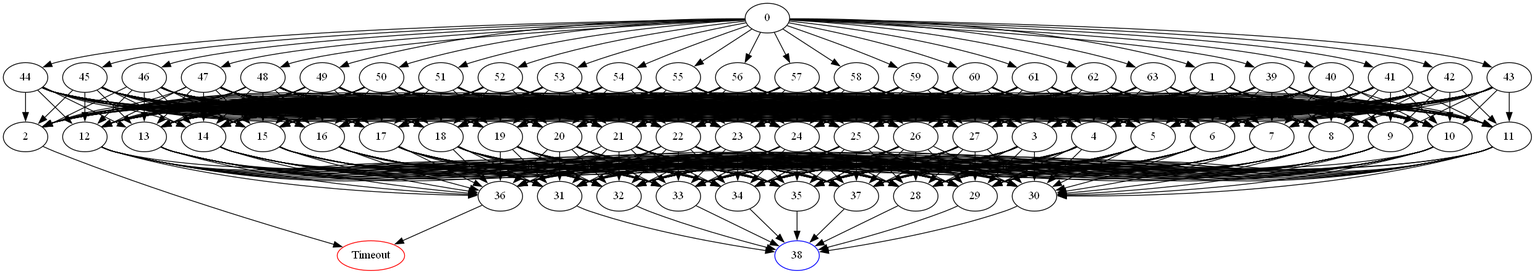
Above: DomainPicture/x0aec.05356.comdirected_graph.png in Asikl/MazeMapper (Graphviz), before the change. Its source is kept beside it as DomainPicture/x0aec.05356.comdirected_graph.dot.
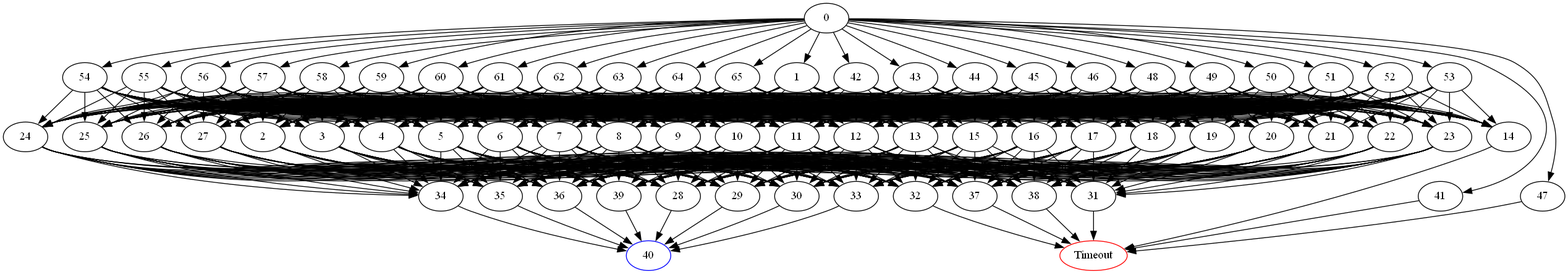
After the change.

Diff of the diagram source:
```diff
@@ -1,7 +1,5 @@
 digraph G {
 	0 -> 1;
-	0 -> 39;
-	0 -> 40;
 	0 -> 41;
 	0 -> 42;
 	0 -> 43;
@@ -25,6 +23,8 @@
 	0 -> 61;
 	0 -> 62;
 	0 -> 63;
+	0 -> 64;
+	0 -> 65;
 	1 -> 2;
 	1 -> 3;
 	1 -> 4;
@@ -51,8 +51,18 @@
 	1 -> 25;
 	1 -> 26;
 	1 -> 27;
-	2 -> "Timeout";
-Timeout [color=red];
+	2 -> 28;
+	2 -> 29;
+	2 -> 30;
+	2 -> 31;
+	2 -> 32;
+	2 -> 33;
+	2 -> 34;
+	2 -> 35;
+	2 -> 36;
+	2 -> 37;
+	2 -> 38;
+	2 -> 39;
 	3 -> 28;
 	3 -> 29;
 	3 -> 30;
@@ -63,6 +73,8 @@
 	3 -> 35;
 	3 -> 36;
 	3 -> 37;
+	3 -> 38;
+	3 -> 39;
 	4 -> 28;
 	4 -> 29;
 	4 -> 30;
@@ -73,6 +85,8 @@
 	4 -> 35;
 	4 -> 36;
 	4 -> 37;
+	4 -> 38;
+	4 -> 39;
 	5 -> 28;
 	5 -> 29;
 	5 -> 30;
@@ -83,6 +97,8 @@
 	5 -> 35;
 	5 -> 36;
 	5 -> 37;
+	5 -> 38;
+	5 -> 39;
 	6 -> 28;
 	6 -> 29;
 	6 -> 30;
@@ -93,6 +109,8 @@
 	6 -> 35;
 	6 -> 36;
 	6 -> 37;
+	6 -> 38;
+	6 -> 39;
 	7 -> 28;
 	7 -> 29;
 	7 -> 30;
@@ -103,6 +121,8 @@
 	7 -> 35;
 	7 -> 36;
 	7 -> 37;
+	7 -> 38;
+	7 -> 39;
 	8 -> 28;
 	8 -> 29;
 	8 -> 30;
@@ -113,6 +133,8 @@
 	8 -> 35;
 	8 -> 36;
 	8 -> 37;
+	8 -> 38;
+	8 -> 39;
 	9 -> 28;
 	9 -> 29;
 	9 -> 30;
@@ -123,6 +145,8 @@
 	9 -> 35;
 	9 -> 36;
 	9 -> 37;
+	9 -> 38;
+	9 -> 39;
 	10 -> 28;
 	10 -> 29;
 	10 -> 30;
@@ -133,6 +157,8 @@
 	10 -> 35;
 	10 -> 36;
 	10 -> 37;
+	10 -> 38;
+	10 -> 39;
 	11 -> 28;
 	11 -> 29;
 	11 -> 30;
@@ -143,6 +169,8 @@
 	11 -> 35;
 	11 -> 36;
 	11 -> 37;
+	11 -> 38;
+	11 -> 39;
 	12 -> 28;
 	12 -> 29;
 	12 -> 30;
@@ -153,6 +181,8 @@
 	12 -> 35;
 	12 -> 36;
 	12 -> 37;
+	12 -> 38;
+	12 -> 39;
 	13 -> 28;
 	13 -> 29;
 	13 -> 30;
@@ -163,16 +193,10 @@
 	13 -> 35;
 	13 -> 36;
 	13 -> 37;
-	14 -> 28;
-	14 -> 29;
-	14 -> 30;
-	14 -> 31;
-	14 -> 32;
-	14 -> 33;
-	14 -> 34;
-	14 -> 35;
-	14 -> 36;
-	14 -> 37;
+	13 -> 38;
+	13 -> 39;
+	14 -> "Timeout";
+Timeout [color=red];
 	15 -> 28;
 	15 -> 29;
 	15 -> 30;
@@ -183,6 +207,8 @@
 	15 -> 35;
 	15 -> 36;
 	15 -> 37;
+	15 -> 38;
+	15 -> 39;
 	16 -> 28;
 	16 -> 29;
 	16 -> 30;
@@ -193,6 +219,8 @@
 	16 -> 35;
 	16 -> 36;
 	16 -> 37;
+	16 -> 38;
+	16 -> 39;
 	17 -> 28;
 	17 -> 29;
 	17 -> 30;
@@ -203,6 +231,8 @@
 	17 -> 35;
 	17 -> 36;
 	17 -> 37;
+	17 -> 38;
+	17 -> 39;
 	18 -> 28;
 	18 -> 29;
 	18 -> 30;
@@ -213,6 +243,8 @@
 	18 -> 35;
 	18 -> 36;
 	18 -> 37;
+	18 -> 38;
+	18 -> 39;
 	19 -> 28;
 	19 -> 29;
 	19 -> 30;
@@ -223,6 +255,8 @@
 	19 -> 35;
 	19 -> 36;
 	19 -> 37;
+	19 -> 38;
+	19 -> 39;
 	20 -> 28;
 	20 -> 29;
 	20 -> 30;
@@ -233,6 +267,8 @@
 	20 -> 35;
 	20 -> 36;
 	20 -> 37;
+	20 -> 38;
+	20 -> 39;
 	21 -> 28;
 	21 -> 29;
 	21 -> 30;
@@ -243,6 +279,8 @@
 	21 -> 35;
 	21 -> 36;
 	21 -> 37;
+	21 -> 38;
+	21 -> 39;
 	22 -> 28;
 	22 -> 29;
 	22 -> 30;
@@ -253,6 +291,8 @@
 	22 -> 35;
 	22 -> 36;
 	22 -> 37;
+	22 -> 38;
+	22 -> 39;
 	23 -> 28;
 	23 -> 29;
 	23 -> 30;
@@ -263,6 +303,8 @@
 	23 -> 35;
 	23 -> 36;
 	23 -> 37;
+	23 -> 38;
+	23 -> 39;
 	24 -> 28;
 	24 -> 29;
 	24 -> 30;
@@ -273,6 +315,8 @@
 	24 -> 35;
 	24 -> 36;
 	24 -> 37;
+	24 -> 38;
+	24 -> 39;
 	25 -> 28;
 	25 -> 29;
 	25 -> 30;
@@ -283,6 +327,8 @@
 	25 -> 35;
 	25 -> 36;
 	25 -> 37;
+	25 -> 38;
+	25 -> 39;
 	26 -> 28;
 	26 -> 29;
 	26 -> 30;
@@ -293,6 +339,8 @@
 	26 -> 35;
 	26 -> 36;
 	26 -> 37;
+	26 -> 38;
+	26 -> 39;
 	27 -> 28;
 	27 -> 29;
 	27 -> 30;
@@ -303,104 +351,34 @@
 	27 -> 35;
 	27 -> 36;
 	27 -> 37;
-	28 -> "38";
-38 [color=blue];
-	29 -> "38";
-38 [color=blue];
-	30 -> "38";
-38 [color=blue];
-	31 -> "38";
-38 [color=blue];
-	32 -> "38";
-38 [color=blue];
-	33 -> "38";
-38 [color=blue];
-	34 -> "38";
-38 [color=blue];
-	35 -> "38";
-38 [color=blue];
-	36 -> "Timeout";
+	27 -> 38;
+	27 -> 39;
+	28 -> "40";
+40 [color=blue];
+	29 -> "40";
+40 [color=blue];
+	30 -> "40";
+40 [color=blue];
+	31 -> "Timeout";
 Timeout [color=red];
-	37 -> "38";
-38 [color=blue];
-	39 -> 2;
-	39 -> 3;
-	39 -> 4;
-	39 -> 5;
-	39 -> 6;
-	39 -> 7;
-	39 -> 8;
-	39 -> 9;
-	39 -> 10;
-	39 -> 11;
-	39 -> 12;
-	39 -> 13;
-	39 -> 14;
-	39 -> 15;
-	39 -> 16;
-	39 -> 17;
-	39 -> 18;
-	39 -> 19;
-	39 -> 20;
-	39 -> 21;
-	39 -> 22;
-	39 -> 23;
-	39 -> 24;
-	39 -> 25;
-	39 -> 26;
-	39 -> 27;
-	40 -> 2;
-	40 -> 3;
-	40 -> 4;
-	40 -> 5;
-	40 -> 6;
-	40 -> 7;
-	40 -> 8;
-	40 -> 9;
-	40 -> 10;
-	40 -> 11;
-	40 -> 12;
-	40 -> 13;
-	40 -> 14;
-	40 -> 15;
-	40 -> 16;
-	40 -> 17;
-	40 -> 18;
-	40 -> 19;
-	40 -> 20;
-	40 -> 21;
-	40 -> 22;
-	40 -> 23;
-	40 -> 24;
-	40 -> 25;
-	40 -> 26;
-	40 -> 27;
-	41 -> 2;
-	41 -> 3;
-	41 -> 4;
-	41 -> 5;
-	41 -> 6;
-	41 -> 7;
-	41 -> 8;
-	41 -> 9;
-	41 -> 10;
-	41 -> 11;
-	41 -> 12;
-	41 -> 13;
-	41 -> 14;
-	41 -> 15;
-	41 -> 16;
-	41 -> 17;
-	41 -> 18;
-	41 -> 19;
-	41 -> 20;
-	41 -> 21;
-	41 -> 22;
-	41 -> 23;
-	41 -> 24;
-	41 -> 25;
-	41 -> 26;
-	41 -> 27;
+	32 -> "Timeout";
+Timeout [color=red];
+	33 -> "40";
+40 [color=blue];
+	34 -> "40";
+40 [color=blue];
+	35 -> "40";
+40 [color=blue];
+	36 -> "40";
+40 [color=blue];
+	37 -> "Timeout";
+Timeout [color=red];
+	38 -> "Timeout";
+Timeout [color=red];
+	39 -> "40";
+40 [color=blue];
+	41 -> "Timeout";
+Timeout [color=red];
 	42 -> 2;
 	42 -> 3;
 	42 -> 4;
@@ -531,32 +509,8 @@
 	46 -> 25;
 	46 -> 26;
 	46 -> 27;
-	47 -> 2;
-	47 -> 3;
-	47 -> 4;
-	47 -> 5;
-	47 -> 6;
-	47 -> 7;
-	47 -> 8;
-	47 -> 9;
-	47 -> 10;
-	47 -> 11;
-	47 -> 12;
-	47 -> 13;
-	47 -> 14;
-	47 -> 15;
-	47 -> 16;
-	47 -> 17;
-	47 -> 18;
-	47 -> 19;
-	47 -> 20;
-	47 -> 21;
-	47 -> 22;
-	47 -> 23;
-	47 -> 24;
-	47 -> 25;
-	47 -> 26;
-	47 -> 27;
+	47 -> "Timeout";
+Timeout [color=red];
 	48 -> 2;
 	48 -> 3;
 	48 -> 4;
@@ -973,4 +927,56 @@
 	63 -> 25;
 	63 -> 26;
 	63 -> 27;
+	64 -> 2;
+	64 -> 3;
+	64 -> 4;
+	64 -> 5;
+	64 -> 6;
+	64 -> 7;
+	64 -> 8;
+	64 -> 9;
+	64 -> 10;
+	64 -> 11;
+	64 -> 12;
+	64 -> 13;
+	64 -> 14;
+	64 -> 15;
+	64 -> 16;
+	64 -> 17;
+	64 -> 18;
+	64 -> 19;
+	64 -> 20;
+	64 -> 21;
+	64 -> 22;
+	64 -> 23;
+	64 -> 24;
+	64 -> 25;
+	64 -> 26;
+	64 -> 27;
+	65 -> 2;
+	65 -> 3;
+	65 -> 4;
+	65 -> 5;
+	65 -> 6;
+	65 -> 7;
+	65 -> 8;
+	65 -> 9;
+	65 -> 10;
+	65 -> 11;
+	65 -> 12;
+	65 -> 13;
+	65 -> 14;
+	65 -> 15;
+	65 -> 16;
+	65 -> 17;
+	65 -> 18;
+	65 -> 19;
+	65 -> 20;
+	65 -> 21;
+	65 -> 22;
+	65 -> 23;
+	65 -> 24;
+	65 -> 25;
+	65 -> 26;
+	65 -> 27;
 }
```
